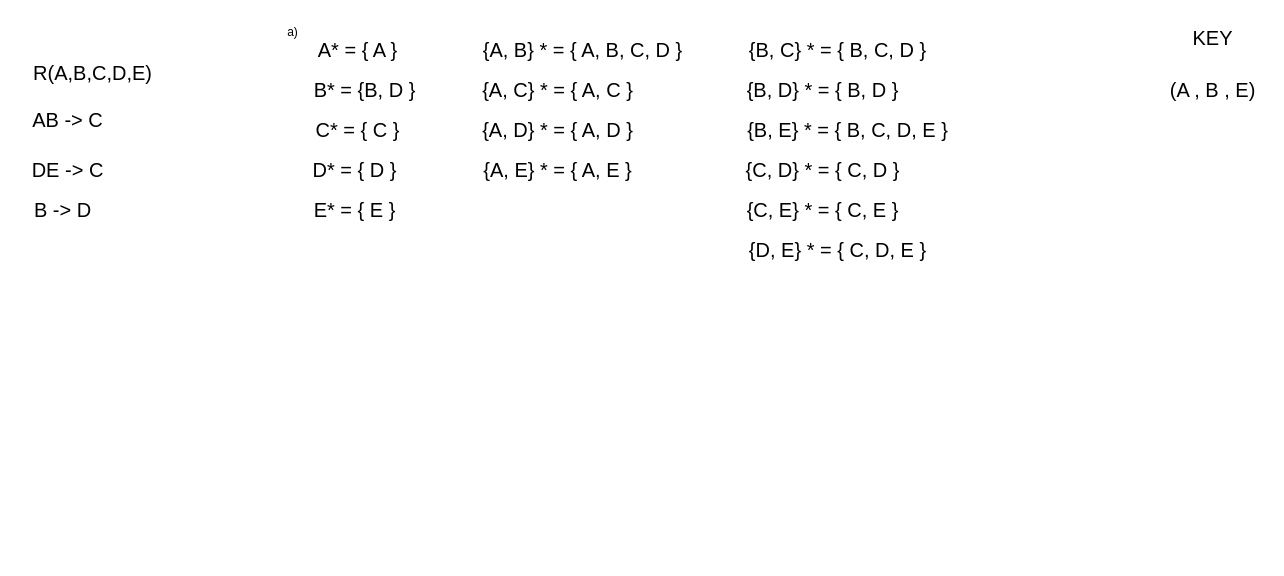
Earlier version of the draw.io diagram relationalmodel_2.drawio (brito-bernardo/database-modeling). Source tidied: cells renumbered, new cells numbered last; positions are measured from the earlier drawing's top-left corner, leaving out a move shared by most shapes. Both pictures are drawn from the tidied source at 100%, with x=0, y=0 at pixel (17, 17).
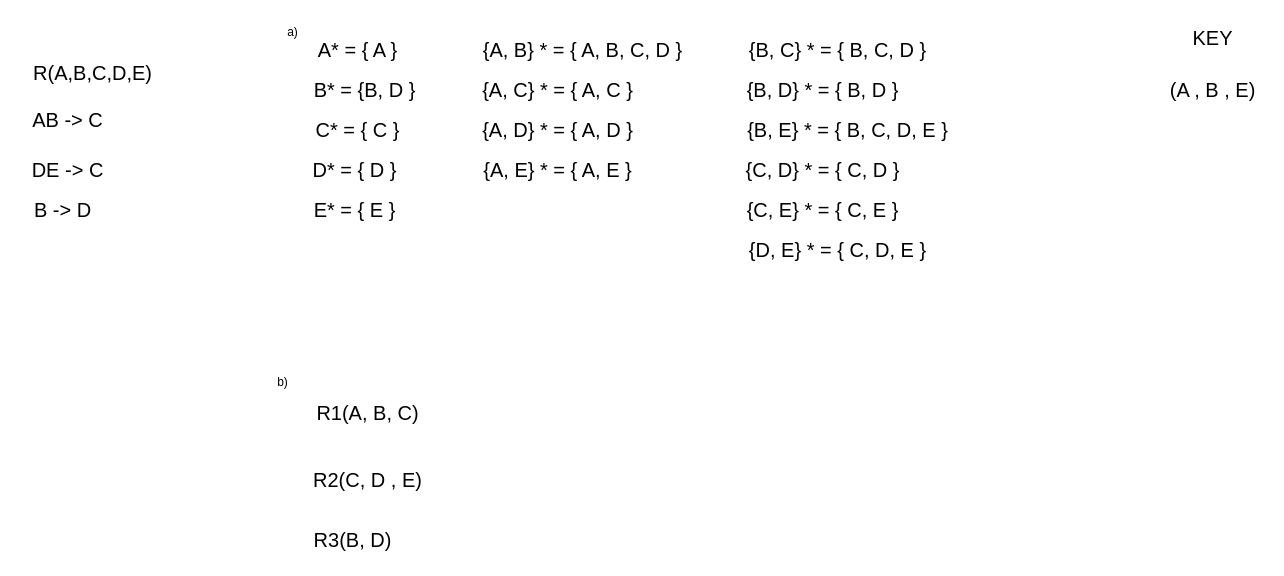
The same page after the edit.

What changed in the source:
```diff
@@
+    <mxCell id="24" value="b)" style="text;html=1;align=center;verticalAlign=middle;strokeColor=none;fillColor=none;" parent="1" vertex="1">
+      <mxGeometry x="250" y="350" width="30" height="30" as="geometry" />
+    </mxCell>
+    <mxCell id="25" value="R1(A, B, C)" style="text;html=1;align=center;verticalAlign=middle;strokeColor=none;fillColor=none;fontSize=20;" parent="1" vertex="1">
+      <mxGeometry x="285" y="375" width="130" height="40" as="geometry" />
+    </mxCell>
+    <mxCell id="26" value="R2(C, D , E)" style="text;html=1;align=center;verticalAlign=middle;strokeColor=none;fillColor=none;fontSize=20;" parent="1" vertex="1">
+      <mxGeometry x="285" y="442" width="130" height="40" as="geometry" />
+    </mxCell>
+    <mxCell id="27" value="R3(B, D)" style="text;html=1;align=center;verticalAlign=middle;strokeColor=none;fillColor=none;fontSize=20;" parent="1" vertex="1">
+      <mxGeometry x="285" y="502" width="100" height="40" as="geometry" />
+    </mxCell>
```
